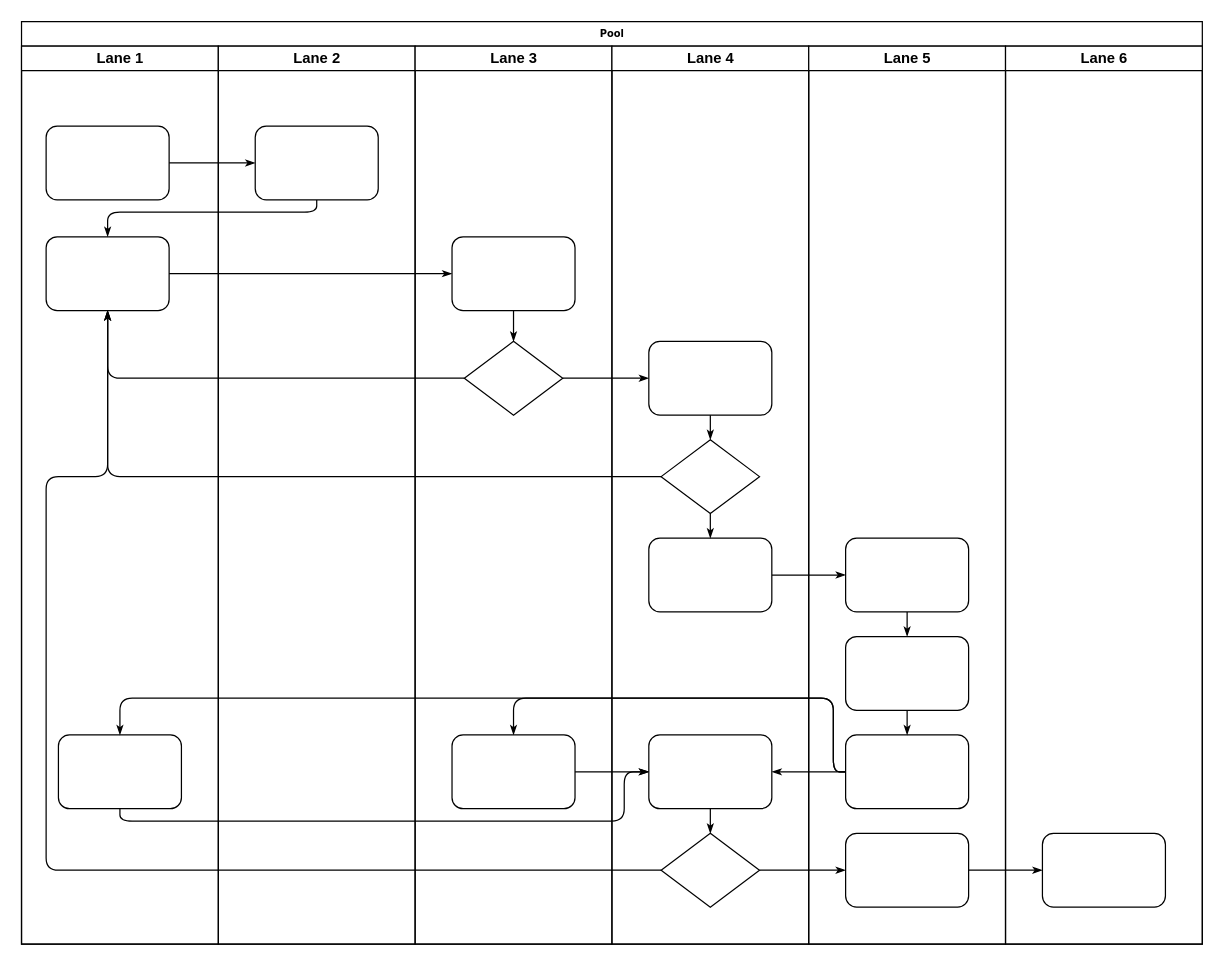
Above: Untitled Diagram.drawio in jimlyRin/my-drawio (draw.io), before the change. Source tidied: cells renumbered, new cells numbered last; positions are measured from the earlier drawing's top-left corner, leaving out a move shared by most shapes. Both pictures are drawn from the tidied source at 123%, with x=0, y=0 at pixel (21, 21).
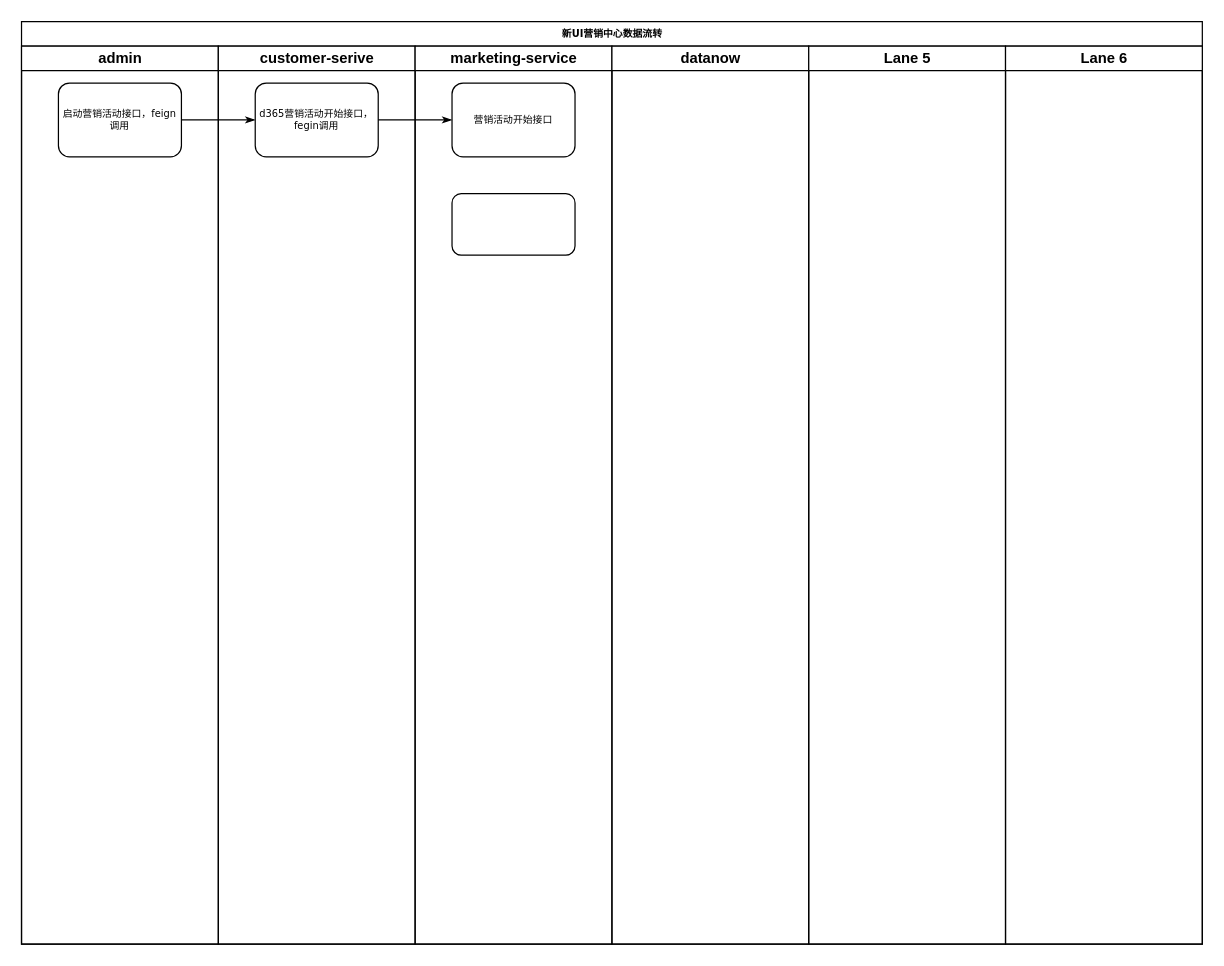
The same page after the edit.

Unchanged cells that the change refers to:
```xml
<mxCell id="38" value="Lane 5" style="swimlane;html=1;startSize=20;" parent="2" vertex="1">
  <mxGeometry x="640" y="20" width="160" height="730" as="geometry" />
</mxCell>
<mxCell id="45" value="Lane 6" style="swimlane;html=1;startSize=20;" parent="2" vertex="1">
  <mxGeometry x="800" y="20" width="160" height="730" as="geometry" />
</mxCell>
```

Change to the diagram source:
```diff
@@
-    <mxCell id="2" value="Pool" style="swimlane;html=1;startSize=20;rounded=0;shadow=0;labelBackgroundColor=none;strokeWidth=1;fontFamily=Verdana;fontSize=8;align=center;" parent="1" vertex="1">
+    <mxCell id="2" value="新UI营销中心数据流转" style="swimlane;html=1;startSize=20;rounded=0;shadow=0;labelBackgroundColor=none;strokeWidth=1;fontFamily=Verdana;fontSize=8;align=center;" parent="1" vertex="1">
       <mxGeometry width="960" height="750" as="geometry" />
     </mxCell>
-    <mxCell id="3" value="Lane 1" style="swimlane;html=1;startSize=20;" parent="2" vertex="1">
+    <mxCell id="3" value="admin" style="swimlane;html=1;startSize=20;" parent="2" vertex="1">
       <mxGeometry y="20" width="160" height="730" as="geometry" />
     </mxCell>
-    <mxCell id="4" style="rounded=1;whiteSpace=wrap;html=1;shadow=0;labelBackgroundColor=none;strokeWidth=1;fontFamily=Verdana;fontSize=8;align=center;" parent="3" vertex="1">
-      <mxGeometry x="20" y="65" width="100" height="60" as="geometry" />
+    <mxCell id="4" value="启动营销活动接口，feign调用" style="rounded=1;whiteSpace=wrap;html=1;shadow=0;labelBackgroundColor=none;strokeWidth=1;fontFamily=Verdana;fontSize=8;align=center;" parent="3" vertex="1">
+      <mxGeometry x="30" y="30" width="100" height="60" as="geometry" />
     </mxCell>
-    <mxCell id="5" style="rounded=1;whiteSpace=wrap;html=1;shadow=0;labelBackgroundColor=none;strokeWidth=1;fontFamily=Verdana;fontSize=8;align=center;" parent="3" vertex="1">
-      <mxGeometry x="20" y="155" width="100" height="60" as="geometry" />
-    </mxCell>
-    <mxCell id="6" style="rounded=1;whiteSpace=wrap;html=1;shadow=0;labelBackgroundColor=none;strokeWidth=1;fontFamily=Verdana;fontSize=8;align=center;" parent="3" vertex="1">
-      <mxGeometry x="30" y="560" width="100" height="60" as="geometry" />
-    </mxCell>
@@
-    <mxCell id="8" style="edgeStyle=orthogonalEdgeStyle;rounded=1;html=1;labelBackgroundColor=none;startArrow=none;startFill=0;startSize=5;endArrow=classicThin;endFill=1;endSize=5;jettySize=auto;strokeWidth=1;fontFamily=Verdana;fontSize=8;" parent="2" edge="1" source="23" target="5">
-      <mxGeometry relative="1" as="geometry">
-        <Array as="points">
-          <mxPoint x="240" y="155" />
-          <mxPoint x="70" y="155" />
-        </Array>
-      </mxGeometry>
-    </mxCell>
-    <mxCell id="9" style="edgeStyle=orthogonalEdgeStyle;rounded=1;html=1;labelBackgroundColor=none;startArrow=none;startFill=0;startSize=5;endArrow=classicThin;endFill=1;endSize=5;jettySize=auto;strokeWidth=1;fontFamily=Verdana;fontSize=8;" parent="2" edge="1" source="5" target="25">
-      <mxGeometry relative="1" as="geometry" />
-    </mxCell>
-    <mxCell id="10" style="edgeStyle=orthogonalEdgeStyle;rounded=1;html=1;labelBackgroundColor=none;startArrow=none;startFill=0;startSize=5;endArrow=classicThin;endFill=1;endSize=5;jettySize=auto;strokeWidth=1;fontFamily=Verdana;fontSize=8;" parent="2" edge="1" source="26" target="5">
-      <mxGeometry relative="1" as="geometry" />
-    </mxCell>
-    <mxCell id="11" style="edgeStyle=orthogonalEdgeStyle;rounded=1;html=1;labelBackgroundColor=none;startArrow=none;startFill=0;startSize=5;endArrow=classicThin;endFill=1;endSize=5;jettySize=auto;strokeWidth=1;fontFamily=Verdana;fontSize=8;" parent="2" edge="1" source="31" target="5">
-      <mxGeometry relative="1" as="geometry" />
-    </mxCell>
-    <mxCell id="12" style="edgeStyle=orthogonalEdgeStyle;rounded=1;html=1;labelBackgroundColor=none;startArrow=none;startFill=0;startSize=5;endArrow=classicThin;endFill=1;endSize=5;jettySize=auto;strokeWidth=1;fontFamily=Verdana;fontSize=8;" parent="2" edge="1" source="34" target="5">
-      <mxGeometry relative="1" as="geometry">
-        <Array as="points">
-          <mxPoint x="20" y="690" />
-          <mxPoint x="20" y="370" />
-          <mxPoint x="70" y="370" />
-        </Array>
-      </mxGeometry>
-    </mxCell>
-    <mxCell id="13" style="edgeStyle=orthogonalEdgeStyle;rounded=1;html=1;labelBackgroundColor=none;startArrow=none;startFill=0;startSize=5;endArrow=classicThin;endFill=1;endSize=5;jettySize=auto;strokeWidth=1;fontFamily=Verdana;fontSize=8;" parent="2" edge="1" source="26" target="30">
-      <mxGeometry relative="1" as="geometry" />
-    </mxCell>
-    <mxCell id="14" style="edgeStyle=orthogonalEdgeStyle;rounded=1;html=1;labelBackgroundColor=none;startArrow=none;startFill=0;startSize=5;endArrow=classicThin;endFill=1;endSize=5;jettySize=auto;strokeWidth=1;fontFamily=Verdana;fontSize=8;" parent="2" edge="1" source="34" target="42">
-      <mxGeometry relative="1" as="geometry" />
-    </mxCell>
-    <mxCell id="15" style="edgeStyle=orthogonalEdgeStyle;rounded=1;html=1;labelBackgroundColor=none;startArrow=none;startFill=0;startSize=5;endArrow=classicThin;endFill=1;endSize=5;jettySize=auto;strokeWidth=1;fontFamily=Verdana;fontSize=8;" parent="2" edge="1" source="42" target="46">
-      <mxGeometry relative="1" as="geometry" />
-    </mxCell>
-    <mxCell id="16" style="edgeStyle=orthogonalEdgeStyle;rounded=1;html=1;labelBackgroundColor=none;startArrow=none;startFill=0;startSize=5;endArrow=classicThin;endFill=1;endSize=5;jettySize=auto;strokeWidth=1;fontFamily=Verdana;fontSize=8;" parent="2" edge="1" source="32" target="39">
-      <mxGeometry relative="1" as="geometry" />
-    </mxCell>
-    <mxCell id="17" style="edgeStyle=orthogonalEdgeStyle;rounded=1;html=1;labelBackgroundColor=none;startArrow=none;startFill=0;startSize=5;endArrow=classicThin;endFill=1;endSize=5;jettySize=auto;strokeWidth=1;fontFamily=Verdana;fontSize=8;" parent="2" edge="1" source="41" target="27">
-      <mxGeometry relative="1" as="geometry">
-        <Array as="points">
-          <mxPoint x="660" y="610" />
-          <mxPoint x="660" y="550" />
-          <mxPoint x="400" y="550" />
-        </Array>
-      </mxGeometry>
-    </mxCell>
-    <mxCell id="18" style="edgeStyle=orthogonalEdgeStyle;rounded=1;html=1;labelBackgroundColor=none;startArrow=none;startFill=0;startSize=5;endArrow=classicThin;endFill=1;endSize=5;jettySize=auto;strokeColor=#000000;strokeWidth=1;fontFamily=Verdana;fontSize=8;fontColor=#000000;" parent="2" edge="1" source="41" target="33">
-      <mxGeometry relative="1" as="geometry" />
-    </mxCell>
-    <mxCell id="19" style="edgeStyle=orthogonalEdgeStyle;rounded=1;html=1;labelBackgroundColor=none;startArrow=none;startFill=0;startSize=5;endArrow=classicThin;endFill=1;endSize=5;jettySize=auto;strokeWidth=1;fontFamily=Verdana;fontSize=8;" parent="2" edge="1" source="41" target="6">
-      <mxGeometry relative="1" as="geometry">
-        <Array as="points">
-          <mxPoint x="660" y="610" />
-          <mxPoint x="660" y="550" />
-          <mxPoint x="80" y="550" />
-        </Array>
-      </mxGeometry>
-    </mxCell>
-    <mxCell id="20" style="edgeStyle=orthogonalEdgeStyle;rounded=1;html=1;labelBackgroundColor=none;startArrow=none;startFill=0;startSize=5;endArrow=classicThin;endFill=1;endSize=5;jettySize=auto;strokeWidth=1;fontFamily=Verdana;fontSize=8;" parent="2" edge="1" source="6" target="33">
-      <mxGeometry relative="1" as="geometry">
-        <Array as="points">
-          <mxPoint x="80" y="650" />
-          <mxPoint x="490" y="650" />
-          <mxPoint x="490" y="610" />
-        </Array>
-      </mxGeometry>
-    </mxCell>
-    <mxCell id="21" style="edgeStyle=orthogonalEdgeStyle;rounded=1;html=1;labelBackgroundColor=none;startArrow=none;startFill=0;startSize=5;endArrow=classicThin;endFill=1;endSize=5;jettySize=auto;strokeWidth=1;fontFamily=Verdana;fontSize=8;" parent="2" edge="1" source="27" target="33">
-      <mxGeometry relative="1" as="geometry" />
-    </mxCell>
-    <mxCell id="22" value="Lane 2" style="swimlane;html=1;startSize=20;" parent="2" vertex="1">
+    <mxCell id="22" value="customer-serive" style="swimlane;html=1;startSize=20;" parent="2" vertex="1">
       <mxGeometry x="160" y="20" width="160" height="730" as="geometry" />
     </mxCell>
-    <mxCell id="23" style="rounded=1;whiteSpace=wrap;html=1;shadow=0;labelBackgroundColor=none;strokeWidth=1;fontFamily=Verdana;fontSize=8;align=center;" parent="22" vertex="1">
-      <mxGeometry x="30" y="65" width="100" height="60" as="geometry" />
+    <mxCell id="23" value="d365营销活动开始接口，fegin调用" style="rounded=1;whiteSpace=wrap;html=1;shadow=0;labelBackgroundColor=none;strokeWidth=1;fontFamily=Verdana;fontSize=8;align=center;" parent="22" vertex="1">
+      <mxGeometry x="30" y="30" width="100" height="60" as="geometry" />
     </mxCell>
-    <mxCell id="24" value="Lane 3" style="swimlane;html=1;startSize=20;" parent="2" vertex="1">
+    <mxCell id="24" value="marketing-service" style="swimlane;html=1;startSize=20;" parent="2" vertex="1">
       <mxGeometry x="320" y="20" width="160" height="730" as="geometry" />
     </mxCell>
-    <mxCell id="25" style="rounded=1;whiteSpace=wrap;html=1;shadow=0;labelBackgroundColor=none;strokeWidth=1;fontFamily=Verdana;fontSize=8;align=center;" parent="24" vertex="1">
-      <mxGeometry x="30" y="155" width="100" height="60" as="geometry" />
-    </mxCell>
-    <mxCell id="26" style="rhombus;whiteSpace=wrap;html=1;rounded=0;shadow=0;labelBackgroundColor=none;strokeWidth=1;fontFamily=Verdana;fontSize=8;align=center;" parent="24" vertex="1">
-      <mxGeometry x="40" y="240" width="80" height="60" as="geometry" />
-    </mxCell>
-    <mxCell id="27" style="rounded=1;whiteSpace=wrap;html=1;shadow=0;labelBackgroundColor=none;strokeWidth=1;fontFamily=Verdana;fontSize=8;align=center;" parent="24" vertex="1">
-      <mxGeometry x="30" y="560" width="100" height="60" as="geometry" />
-    </mxCell>
-    <mxCell id="28" style="edgeStyle=orthogonalEdgeStyle;rounded=1;html=1;labelBackgroundColor=none;startArrow=none;startFill=0;startSize=5;endArrow=classicThin;endFill=1;endSize=5;jettySize=auto;strokeWidth=1;fontFamily=Verdana;fontSize=8;" parent="24" edge="1" source="25" target="26">
-      <mxGeometry relative="1" as="geometry" />
-    </mxCell>
+    <mxCell id="5" value="营销活动开始接口" style="rounded=1;whiteSpace=wrap;html=1;shadow=0;labelBackgroundColor=none;strokeWidth=1;fontFamily=Verdana;fontSize=8;align=center;" parent="24" vertex="1">
+      <mxGeometry x="30" y="30" width="100" height="60" as="geometry" />
+    </mxCell>
+    <mxCell id="47" style="rounded=1;whiteSpace=wrap;html=1;" parent="24" vertex="1">
+      <mxGeometry x="30" y="120" width="100" height="50" as="geometry" />
+    </mxCell>
-    <mxCell id="29" value="Lane 4" style="swimlane;html=1;startSize=20;" parent="2" vertex="1">
+    <mxCell id="29" value="datanow" style="swimlane;html=1;startSize=20;" parent="2" vertex="1">
       <mxGeometry x="480" y="20" width="160" height="730" as="geometry" />
     </mxCell>
-    <mxCell id="30" style="rounded=1;whiteSpace=wrap;html=1;shadow=0;labelBackgroundColor=none;strokeWidth=1;fontFamily=Verdana;fontSize=8;align=center;" parent="29" vertex="1">
-      <mxGeometry x="30" y="240" width="100" height="60" as="geometry" />
-    </mxCell>
-    <mxCell id="31" style="rhombus;whiteSpace=wrap;html=1;rounded=0;shadow=0;labelBackgroundColor=none;strokeWidth=1;fontFamily=Verdana;fontSize=8;align=center;" parent="29" vertex="1">
-      <mxGeometry x="40" y="320" width="80" height="60" as="geometry" />
-    </mxCell>
-    <mxCell id="32" style="rounded=1;whiteSpace=wrap;html=1;shadow=0;labelBackgroundColor=none;strokeWidth=1;fontFamily=Verdana;fontSize=8;align=center;" parent="29" vertex="1">
-      <mxGeometry x="30" y="400" width="100" height="60" as="geometry" />
-    </mxCell>
-    <mxCell id="33" style="rounded=1;whiteSpace=wrap;html=1;shadow=0;labelBackgroundColor=none;strokeWidth=1;fontFamily=Verdana;fontSize=8;align=center;" parent="29" vertex="1">
-      <mxGeometry x="30" y="560" width="100" height="60" as="geometry" />
-    </mxCell>
-    <mxCell id="34" style="rhombus;whiteSpace=wrap;html=1;rounded=0;shadow=0;labelBackgroundColor=none;strokeWidth=1;fontFamily=Verdana;fontSize=8;align=center;" parent="29" vertex="1">
-      <mxGeometry x="40" y="640" width="80" height="60" as="geometry" />
-    </mxCell>
-    <mxCell id="35" style="edgeStyle=orthogonalEdgeStyle;rounded=1;html=1;labelBackgroundColor=none;startArrow=none;startFill=0;startSize=5;endArrow=classicThin;endFill=1;endSize=5;jettySize=auto;strokeColor=#000000;strokeWidth=1;fontFamily=Verdana;fontSize=8;fontColor=#000000;" parent="29" edge="1" source="30" target="31">
-      <mxGeometry relative="1" as="geometry" />
-    </mxCell>
-    <mxCell id="36" style="edgeStyle=orthogonalEdgeStyle;rounded=1;html=1;labelBackgroundColor=none;startArrow=none;startFill=0;startSize=5;endArrow=classicThin;endFill=1;endSize=5;jettySize=auto;strokeWidth=1;fontFamily=Verdana;fontSize=8;" parent="29" edge="1" source="31" target="32">
-      <mxGeometry relative="1" as="geometry" />
-    </mxCell>
-    <mxCell id="37" style="edgeStyle=orthogonalEdgeStyle;rounded=1;html=1;labelBackgroundColor=none;startArrow=none;startFill=0;startSize=5;endArrow=classicThin;endFill=1;endSize=5;jettySize=auto;strokeWidth=1;fontFamily=Verdana;fontSize=8;" parent="29" edge="1" source="33" target="34">
-      <mxGeometry relative="1" as="geometry" />
-    </mxCell>
@@
-    <mxCell id="39" style="rounded=1;whiteSpace=wrap;html=1;shadow=0;labelBackgroundColor=none;strokeWidth=1;fontFamily=Verdana;fontSize=8;align=center;" parent="38" vertex="1">
-      <mxGeometry x="30" y="400" width="100" height="60" as="geometry" />
-    </mxCell>
-    <mxCell id="40" style="rounded=1;whiteSpace=wrap;html=1;shadow=0;labelBackgroundColor=none;strokeWidth=1;fontFamily=Verdana;fontSize=8;align=center;" parent="38" vertex="1">
-      <mxGeometry x="30" y="480" width="100" height="60" as="geometry" />
-    </mxCell>
-    <mxCell id="41" style="rounded=1;whiteSpace=wrap;html=1;shadow=0;labelBackgroundColor=none;strokeWidth=1;fontFamily=Verdana;fontSize=8;align=center;" parent="38" vertex="1">
-      <mxGeometry x="30" y="560" width="100" height="60" as="geometry" />
-    </mxCell>
-    <mxCell id="42" style="rounded=1;whiteSpace=wrap;html=1;shadow=0;labelBackgroundColor=none;strokeWidth=1;fontFamily=Verdana;fontSize=8;align=center;" parent="38" vertex="1">
-      <mxGeometry x="30" y="640" width="100" height="60" as="geometry" />
-    </mxCell>
-    <mxCell id="43" style="edgeStyle=orthogonalEdgeStyle;rounded=1;html=1;labelBackgroundColor=none;startArrow=none;startFill=0;startSize=5;endArrow=classicThin;endFill=1;endSize=5;jettySize=auto;strokeWidth=1;fontFamily=Verdana;fontSize=8;" parent="38" edge="1" source="39" target="40">
-      <mxGeometry relative="1" as="geometry" />
-    </mxCell>
-    <mxCell id="44" style="edgeStyle=orthogonalEdgeStyle;rounded=1;html=1;labelBackgroundColor=none;startArrow=none;startFill=0;startSize=5;endArrow=classicThin;endFill=1;endSize=5;jettySize=auto;strokeWidth=1;fontFamily=Verdana;fontSize=8;" parent="38" edge="1" source="40" target="41">
-      <mxGeometry relative="1" as="geometry" />
-    </mxCell>
@@
-    <mxCell id="46" style="rounded=1;whiteSpace=wrap;html=1;shadow=0;labelBackgroundColor=none;strokeWidth=1;fontFamily=Verdana;fontSize=8;align=center;" parent="45" vertex="1">
-      <mxGeometry x="30" y="640" width="100" height="60" as="geometry" />
-    </mxCell>
+    <mxCell id="8" style="edgeStyle=orthogonalEdgeStyle;rounded=1;html=1;labelBackgroundColor=none;startArrow=none;startFill=0;startSize=5;endArrow=classicThin;endFill=1;endSize=5;jettySize=auto;strokeWidth=1;fontFamily=Verdana;fontSize=8;" parent="2" edge="1" source="23" target="5">
+      <mxGeometry relative="1" as="geometry">
+        <Array as="points">
+          <mxPoint x="310" y="80" />
+          <mxPoint x="310" y="80" />
+        </Array>
+      </mxGeometry>
+    </mxCell>
```
